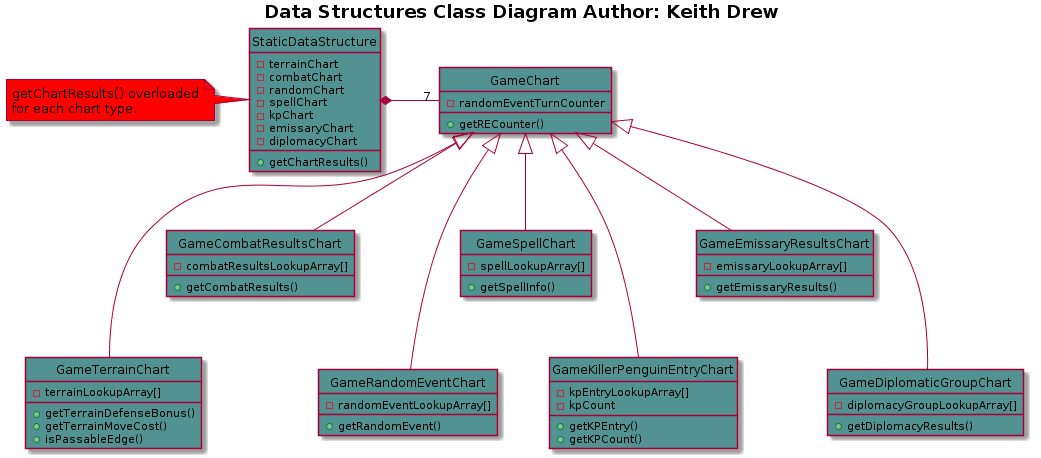
Earlier version of the PlantUML export doc/masterClassDiagrams/dataDiagram.png (cjeffery/sworsorc).
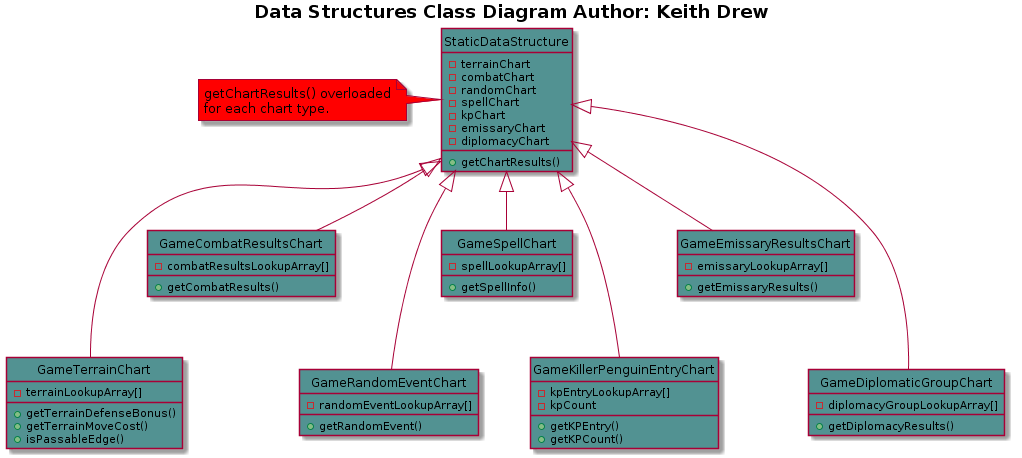
Above is the later version.

Diff of the diagram source:
```diff
@@ -2,14 +2,13 @@
 hide circle
 title <b>Data Structures Class Diagram<b> Author: Keith Drew
 
-StaticDataStructure *- "7" GameChart
-GameTerrainChart --up-|> GameChart
-GameCombatResultsChart -up-|> GameChart
-GameRandomEventChart --up-|> GameChart
-GameSpellChart -up-|> GameChart
-GameKillerPenguinEntryChart --up-|> GameChart
-GameEmissaryResultsChart -up-|> GameChart
-GameDiplomaticGroupChart --up-|> GameChart
+GameTerrainChart --up-|> StaticDataStructure
+GameCombatResultsChart -up-|> StaticDataStructure
+GameRandomEventChart --up-|> StaticDataStructure
+GameSpellChart -up-|> StaticDataStructure
+GameKillerPenguinEntryChart --up-|> StaticDataStructure
+GameEmissaryResultsChart -up-|> StaticDataStructure
+GameDiplomaticGroupChart --up-|> StaticDataStructure
 
 class StaticDataStructure #529292 {
 -terrainChart
@@ -25,11 +24,6 @@
 getChartResults() overloaded
 for each chart type.
 end note
-
-class GameChart #529292 {
--randomEventTurnCounter
-+getRECounter()
-}
 
 class GameTerrainChart #529292 {
 -terrainLookupArray[]
```
